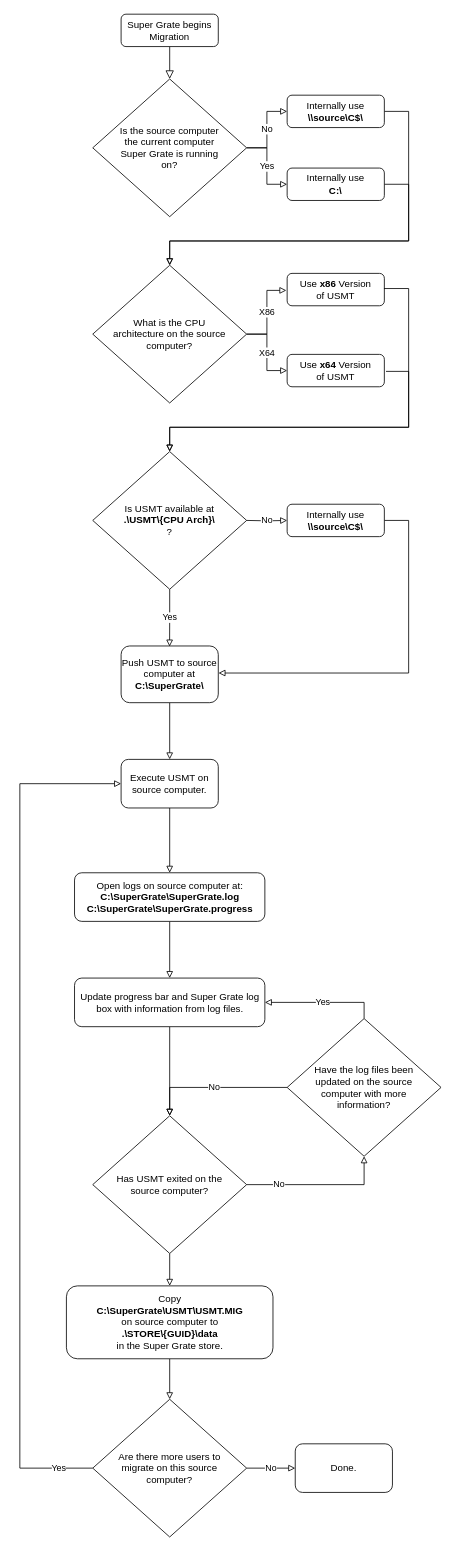
Above: supergrate/Super Grate Migration Process.drawio in krisdb2009/documentation (draw.io), before the change. Source tidied: cells renumbered, new cells numbered last; positions are measured from the earlier drawing's top-left corner, leaving out a move shared by most shapes. Both pictures are drawn from the tidied source at 81%, with x=0, y=0 at pixel (19, 14).
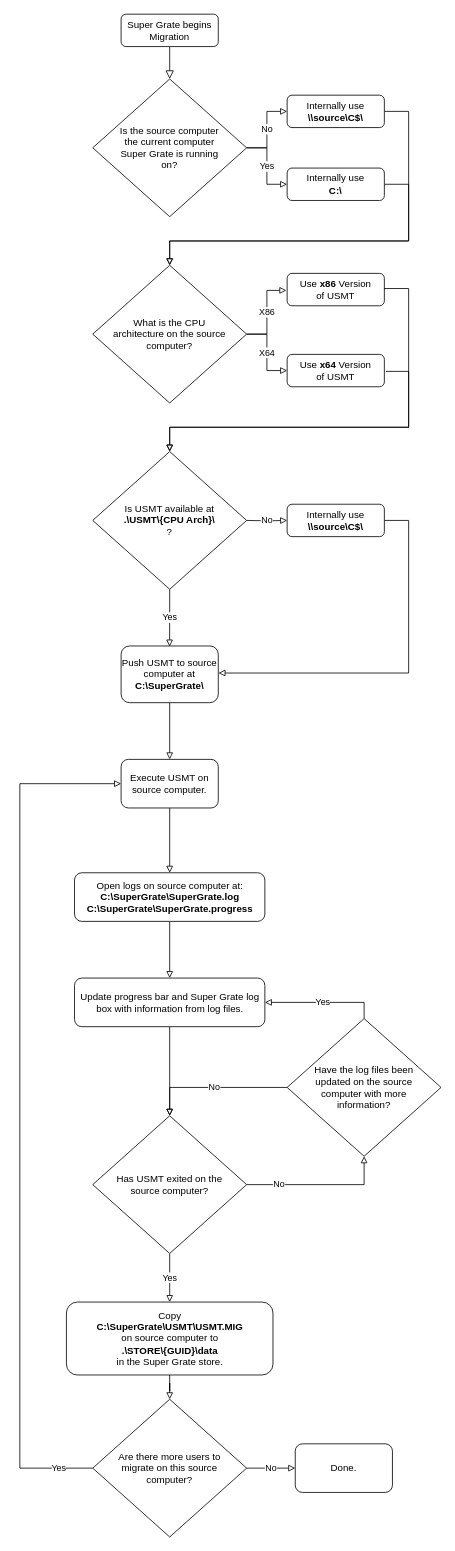
The same diagram, later.

The change refers to these unchanged cells:
```xml
<mxCell id="31" value="Has USMT exited on the source computer?" style="rhombus;whiteSpace=wrap;html=1;fontColor=#000000;spacing=20;" parent="1" vertex="1">
  <mxGeometry x="90" y="1360" width="190" height="170" as="geometry" />
</mxCell>
```

Change to the diagram source:
```diff
@@
-    <mxCell id="30" style="edgeStyle=orthogonalEdgeStyle;rounded=0;jettySize=auto;html=1;labelBackgroundColor=#ffffff;endArrow=block;endFill=0;fontColor=#000000;" parent="1" edge="1" source="31" target="36">
+    <mxCell id="30" value="Yes" style="edgeStyle=orthogonalEdgeStyle;rounded=0;jettySize=auto;html=1;labelBackgroundColor=#ffffff;endArrow=block;endFill=0;fontColor=#000000;" parent="1" edge="1" source="31" target="36">
       <mxGeometry relative="1" as="geometry" />
     </mxCell>
@@
     <mxCell id="36" value="Copy&lt;br&gt;&lt;b&gt;C:\SuperGrate\USMT\USMT.MIG&lt;/b&gt;&lt;br&gt;on source computer to&lt;br&gt;&lt;b&gt;.\STORE\{GUID}\data&lt;/b&gt;&lt;br&gt;in the Super Grate store." style="rounded=1;whiteSpace=wrap;html=1;fontColor=#000000;" parent="1" vertex="1">
-      <mxGeometry x="57.5" y="1570" width="255" height="90" as="geometry" />
+      <mxGeometry x="57.5" y="1590" width="255" height="90" as="geometry" />
     </mxCell>
```
